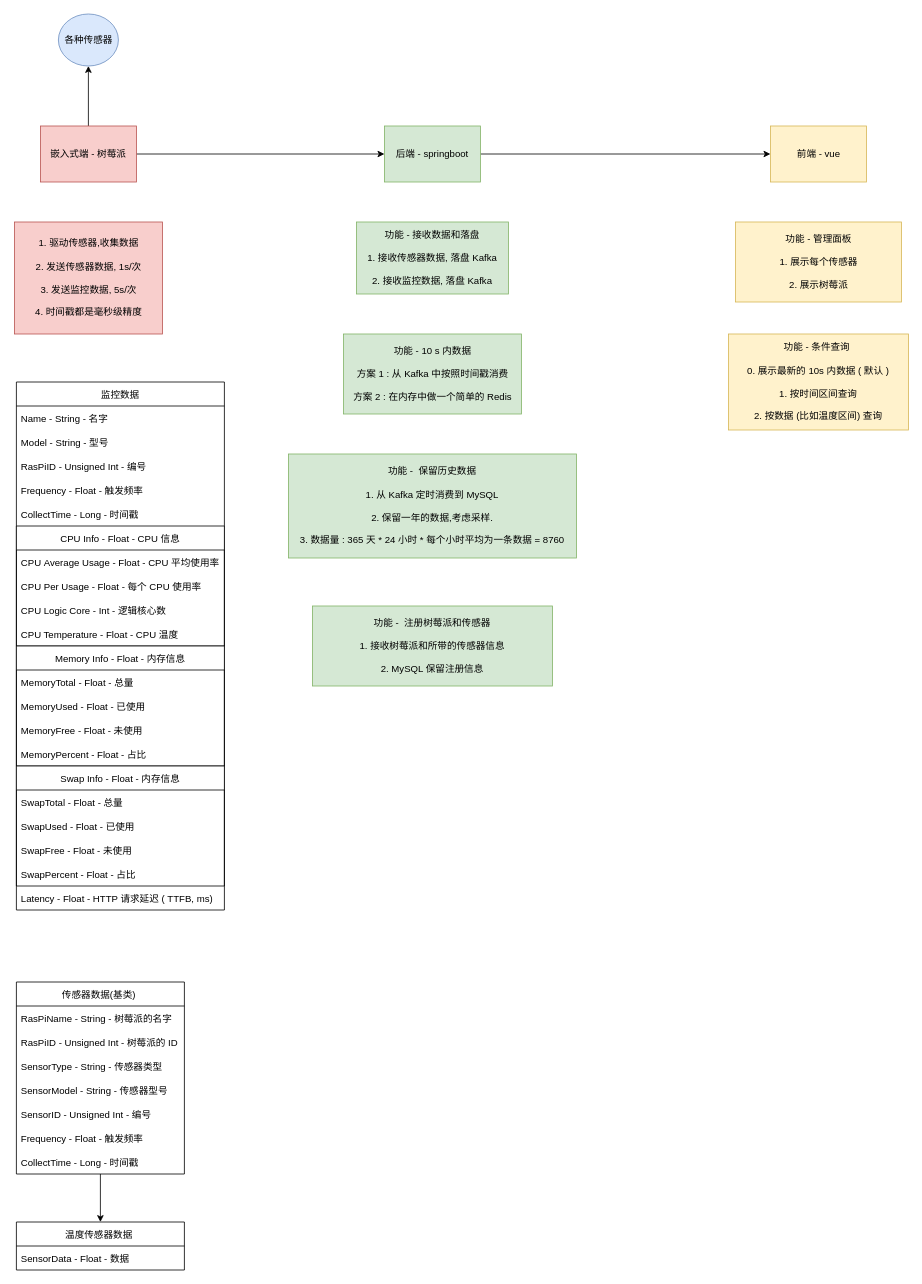
Earlier version of the draw.io diagram System-Design.drawio (LiteHome/Raspberry-Home-Backend). Source tidied: cells renumbered, new cells numbered last; positions are measured from the earlier drawing's top-left corner, leaving out a move shared by most shapes. Both pictures are drawn from the tidied source at 80%, with x=0, y=0 at pixel (14, 14).
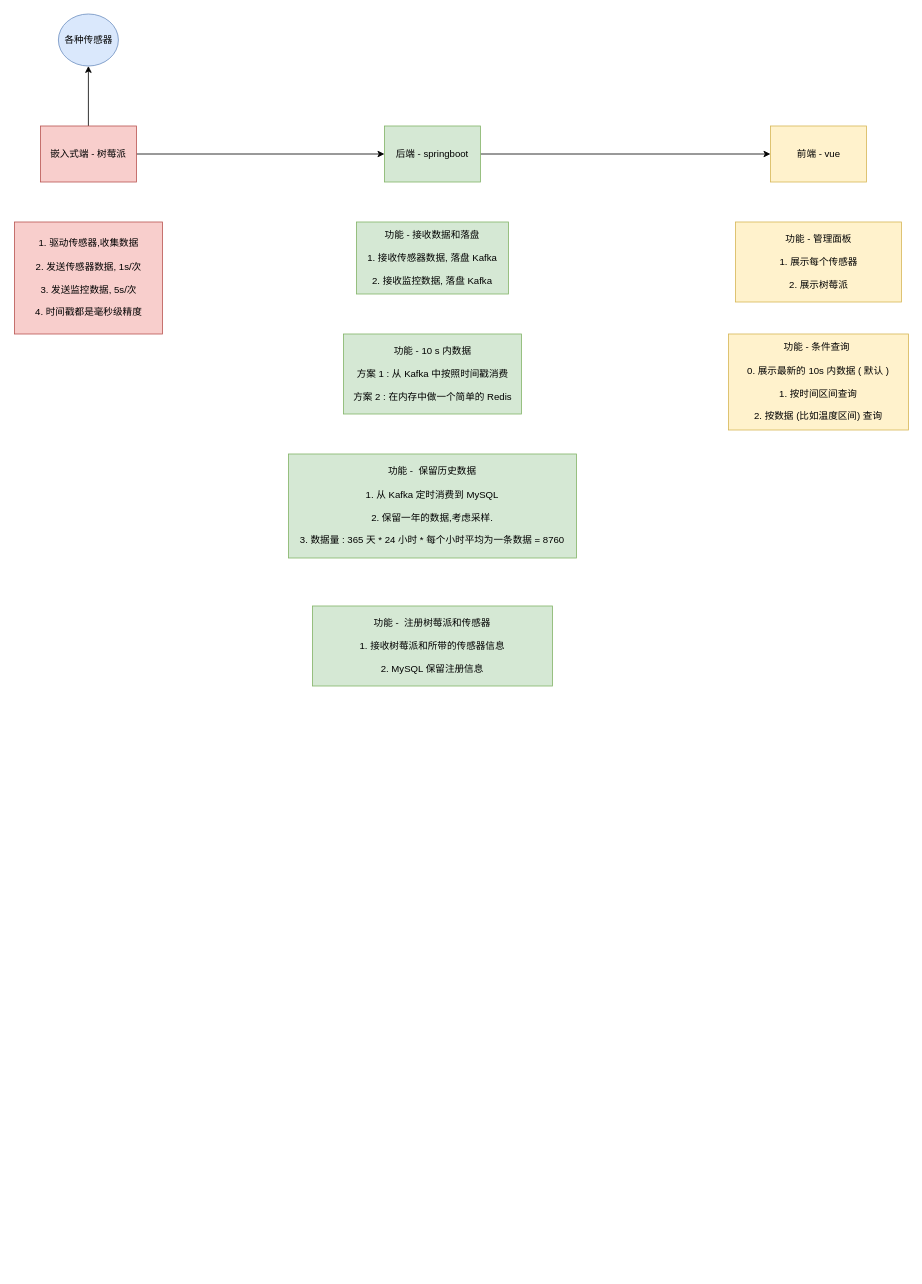
The same page after the edit.

The edit, as a diff of the source:
```diff
@@
-    <mxCell id="15" value="温度传感器数据 " style="swimlane;fontStyle=0;horizontal=1;startSize=30;" parent="1" vertex="1">
-      <mxGeometry x="2" y="1510" width="210" height="60" as="geometry" />
-    </mxCell>
-    <mxCell id="16" value="SensorData - Float - 数据" style="text;strokeColor=none;fillColor=none;align=left;verticalAlign=middle;spacingLeft=4;spacingRight=4;overflow=hidden;" parent="15" vertex="1">
-      <mxGeometry y="30" width="210" height="30" as="geometry" />
-    </mxCell>
-    <mxCell id="17" value="监控数据" style="swimlane;fontStyle=0;horizontal=1;startSize=30;" parent="1" vertex="1">
-      <mxGeometry x="2" y="460" width="260" height="660" as="geometry" />
-    </mxCell>
-    <mxCell id="18" value="Name - String - 名字" style="text;strokeColor=none;fillColor=none;align=left;verticalAlign=middle;spacingLeft=4;spacingRight=4;overflow=hidden;" parent="17" vertex="1">
-      <mxGeometry y="30" width="260" height="30" as="geometry" />
-    </mxCell>
-    <mxCell id="19" value="Model - String - 型号" style="text;strokeColor=none;fillColor=none;align=left;verticalAlign=middle;spacingLeft=4;spacingRight=4;overflow=hidden;" parent="17" vertex="1">
-      <mxGeometry y="60" width="260" height="30" as="geometry" />
-    </mxCell>
-    <mxCell id="20" value="RasPiID - Unsigned Int - 编号" style="text;strokeColor=none;fillColor=none;align=left;verticalAlign=middle;spacingLeft=4;spacingRight=4;overflow=hidden;" parent="17" vertex="1">
-      <mxGeometry y="90" width="260" height="30" as="geometry" />
-    </mxCell>
-    <mxCell id="21" value="Frequency - Float - 触发频率" style="text;strokeColor=none;fillColor=none;align=left;verticalAlign=middle;spacingLeft=4;spacingRight=4;overflow=hidden;" parent="17" vertex="1">
-      <mxGeometry y="120" width="260" height="30" as="geometry" />
-    </mxCell>
-    <mxCell id="22" value="CollectTime - Long - 时间戳" style="text;strokeColor=none;fillColor=none;align=left;verticalAlign=middle;spacingLeft=4;spacingRight=4;overflow=hidden;" parent="17" vertex="1">
-      <mxGeometry y="150" width="260" height="30" as="geometry" />
-    </mxCell>
-    <mxCell id="23" value="CPU Info - Float - CPU 信息" style="swimlane;fontStyle=0;horizontal=1;startSize=30;" parent="17" vertex="1">
-      <mxGeometry y="180" width="260" height="150" as="geometry" />
-    </mxCell>
-    <mxCell id="24" value="CPU Average Usage - Float - CPU 平均使用率" style="text;strokeColor=none;fillColor=none;align=left;verticalAlign=middle;spacingLeft=4;spacingRight=4;overflow=hidden;" parent="23" vertex="1">
-      <mxGeometry y="30" width="260" height="30" as="geometry" />
-    </mxCell>
-    <mxCell id="25" value="CPU Per Usage - Float - 每个 CPU 使用率" style="text;strokeColor=none;fillColor=none;align=left;verticalAlign=middle;spacingLeft=4;spacingRight=4;overflow=hidden;" parent="23" vertex="1">
-      <mxGeometry y="60" width="260" height="30" as="geometry" />
-    </mxCell>
-    <mxCell id="26" value="CPU Logic Core - Int - 逻辑核心数" style="text;strokeColor=none;fillColor=none;align=left;verticalAlign=middle;spacingLeft=4;spacingRight=4;overflow=hidden;" parent="23" vertex="1">
-      <mxGeometry y="90" width="260" height="30" as="geometry" />
-    </mxCell>
-    <mxCell id="27" value="CPU Temperature - Float - CPU 温度" style="text;strokeColor=none;fillColor=none;align=left;verticalAlign=middle;spacingLeft=4;spacingRight=4;overflow=hidden;" parent="23" vertex="1">
-      <mxGeometry y="120" width="260" height="30" as="geometry" />
-    </mxCell>
-    <mxCell id="28" value="Memory Info - Float - 内存信息" style="swimlane;fontStyle=0;horizontal=1;startSize=30;" parent="17" vertex="1">
-      <mxGeometry y="330" width="260" height="150" as="geometry" />
-    </mxCell>
-    <mxCell id="29" value="MemoryTotal - Float - 总量" style="text;strokeColor=none;fillColor=none;align=left;verticalAlign=middle;spacingLeft=4;spacingRight=4;overflow=hidden;" parent="28" vertex="1">
-      <mxGeometry y="30" width="260" height="30" as="geometry" />
-    </mxCell>
-    <mxCell id="30" value="MemoryUsed - Float - 已使用" style="text;strokeColor=none;fillColor=none;align=left;verticalAlign=middle;spacingLeft=4;spacingRight=4;overflow=hidden;" parent="28" vertex="1">
-      <mxGeometry y="60" width="260" height="30" as="geometry" />
-    </mxCell>
-    <mxCell id="31" value="MemoryFree - Float - 未使用" style="text;strokeColor=none;fillColor=none;align=left;verticalAlign=middle;spacingLeft=4;spacingRight=4;overflow=hidden;" parent="28" vertex="1">
-      <mxGeometry y="90" width="260" height="30" as="geometry" />
-    </mxCell>
-    <mxCell id="32" value="MemoryPercent - Float - 占比" style="text;strokeColor=none;fillColor=none;align=left;verticalAlign=middle;spacingLeft=4;spacingRight=4;overflow=hidden;" parent="28" vertex="1">
-      <mxGeometry y="120" width="260" height="30" as="geometry" />
-    </mxCell>
-    <mxCell id="33" value="Swap Info - Float - 内存信息" style="swimlane;fontStyle=0;horizontal=1;startSize=30;" parent="17" vertex="1">
-      <mxGeometry y="480" width="260" height="150" as="geometry" />
-    </mxCell>
-    <mxCell id="34" value="SwapTotal - Float - 总量" style="text;strokeColor=none;fillColor=none;align=left;verticalAlign=middle;spacingLeft=4;spacingRight=4;overflow=hidden;" parent="33" vertex="1">
-      <mxGeometry y="30" width="260" height="30" as="geometry" />
-    </mxCell>
-    <mxCell id="35" value="SwapUsed - Float - 已使用" style="text;strokeColor=none;fillColor=none;align=left;verticalAlign=middle;spacingLeft=4;spacingRight=4;overflow=hidden;" parent="33" vertex="1">
-      <mxGeometry y="60" width="260" height="30" as="geometry" />
-    </mxCell>
-    <mxCell id="36" value="SwapFree - Float - 未使用" style="text;strokeColor=none;fillColor=none;align=left;verticalAlign=middle;spacingLeft=4;spacingRight=4;overflow=hidden;" parent="33" vertex="1">
-      <mxGeometry y="90" width="260" height="30" as="geometry" />
-    </mxCell>
-    <mxCell id="37" value="SwapPercent - Float - 占比" style="text;strokeColor=none;fillColor=none;align=left;verticalAlign=middle;spacingLeft=4;spacingRight=4;overflow=hidden;" parent="33" vertex="1">
-      <mxGeometry y="120" width="260" height="30" as="geometry" />
-    </mxCell>
-    <mxCell id="38" value="Latency - Float - HTTP 请求延迟 ( TTFB, ms)" style="text;strokeColor=none;fillColor=none;align=left;verticalAlign=middle;spacingLeft=4;spacingRight=4;overflow=hidden;" parent="17" vertex="1">
-      <mxGeometry y="630" width="260" height="30" as="geometry" />
-    </mxCell>
@@
-    <mxCell id="40" style="edgeStyle=orthogonalEdgeStyle;rounded=0;jettySize=auto;html=1;" parent="1" edge="1" source="41" target="15">
-      <mxGeometry relative="1" as="geometry" />
-    </mxCell>
-    <mxCell id="41" value="传感器数据(基类) " style="swimlane;fontStyle=0;horizontal=1;startSize=30;" parent="1" vertex="1">
-      <mxGeometry x="2" y="1210" width="210" height="240" as="geometry" />
-    </mxCell>
-    <mxCell id="42" value="RasPiName - String - 树莓派的名字" style="text;strokeColor=none;fillColor=none;align=left;verticalAlign=middle;spacingLeft=4;spacingRight=4;overflow=hidden;" parent="41" vertex="1">
-      <mxGeometry y="30" width="210" height="30" as="geometry" />
-    </mxCell>
-    <mxCell id="43" value="RasPiID - Unsigned Int - 树莓派的 ID" style="text;strokeColor=none;fillColor=none;align=left;verticalAlign=middle;spacingLeft=4;spacingRight=4;overflow=hidden;" parent="41" vertex="1">
-      <mxGeometry y="60" width="210" height="30" as="geometry" />
-    </mxCell>
-    <mxCell id="44" value="SensorType - String - 传感器类型" style="text;strokeColor=none;fillColor=none;align=left;verticalAlign=middle;spacingLeft=4;spacingRight=4;overflow=hidden;" parent="41" vertex="1">
-      <mxGeometry y="90" width="210" height="30" as="geometry" />
-    </mxCell>
-    <mxCell id="45" value="SensorModel - String - 传感器型号" style="text;strokeColor=none;fillColor=none;align=left;verticalAlign=middle;spacingLeft=4;spacingRight=4;overflow=hidden;" parent="41" vertex="1">
-      <mxGeometry y="120" width="210" height="30" as="geometry" />
-    </mxCell>
-    <mxCell id="46" value="SensorID - Unsigned Int - 编号" style="text;strokeColor=none;fillColor=none;align=left;verticalAlign=middle;spacingLeft=4;spacingRight=4;overflow=hidden;" parent="41" vertex="1">
-      <mxGeometry y="150" width="210" height="30" as="geometry" />
-    </mxCell>
-    <mxCell id="47" value="Frequency - Float - 触发频率" style="text;strokeColor=none;fillColor=none;align=left;verticalAlign=middle;spacingLeft=4;spacingRight=4;overflow=hidden;" parent="41" vertex="1">
-      <mxGeometry y="180" width="210" height="30" as="geometry" />
-    </mxCell>
-    <mxCell id="48" value="CollectTime - Long - 时间戳" style="text;strokeColor=none;fillColor=none;align=left;verticalAlign=middle;spacingLeft=4;spacingRight=4;overflow=hidden;" parent="41" vertex="1">
-      <mxGeometry y="210" width="210" height="30" as="geometry" />
-    </mxCell>
```
